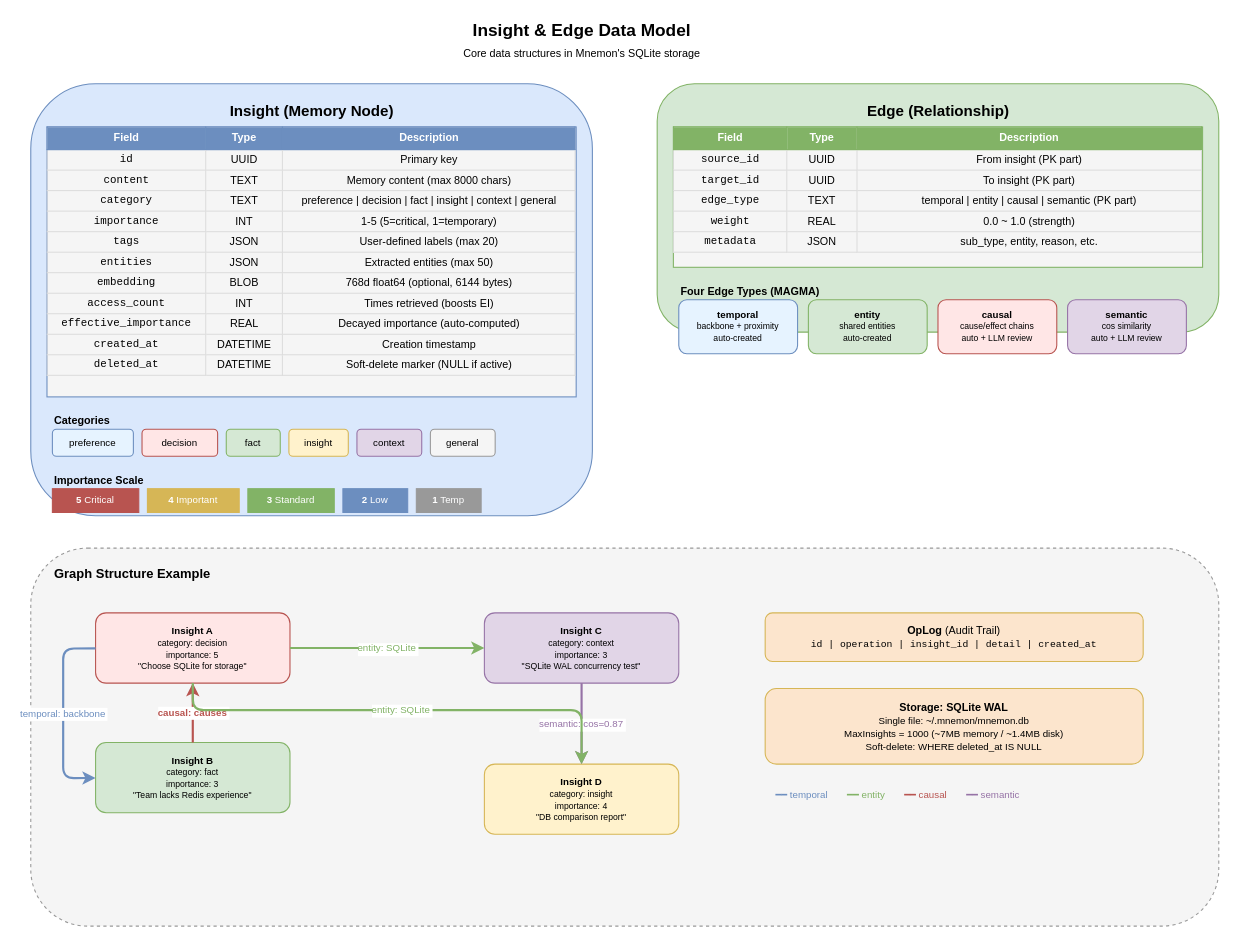
The draw.io diagram docs/diagrams/09-insight-edge-datamodel.drawio in bissli/mnemon, before the edit. Source tidied: cells renumbered, new cells numbered last; positions are measured from the earlier drawing's top-left corner, leaving out a move shared by most shapes. Both pictures are drawn from the tidied source at 108%, with x=0, y=0 at pixel (30, 18).
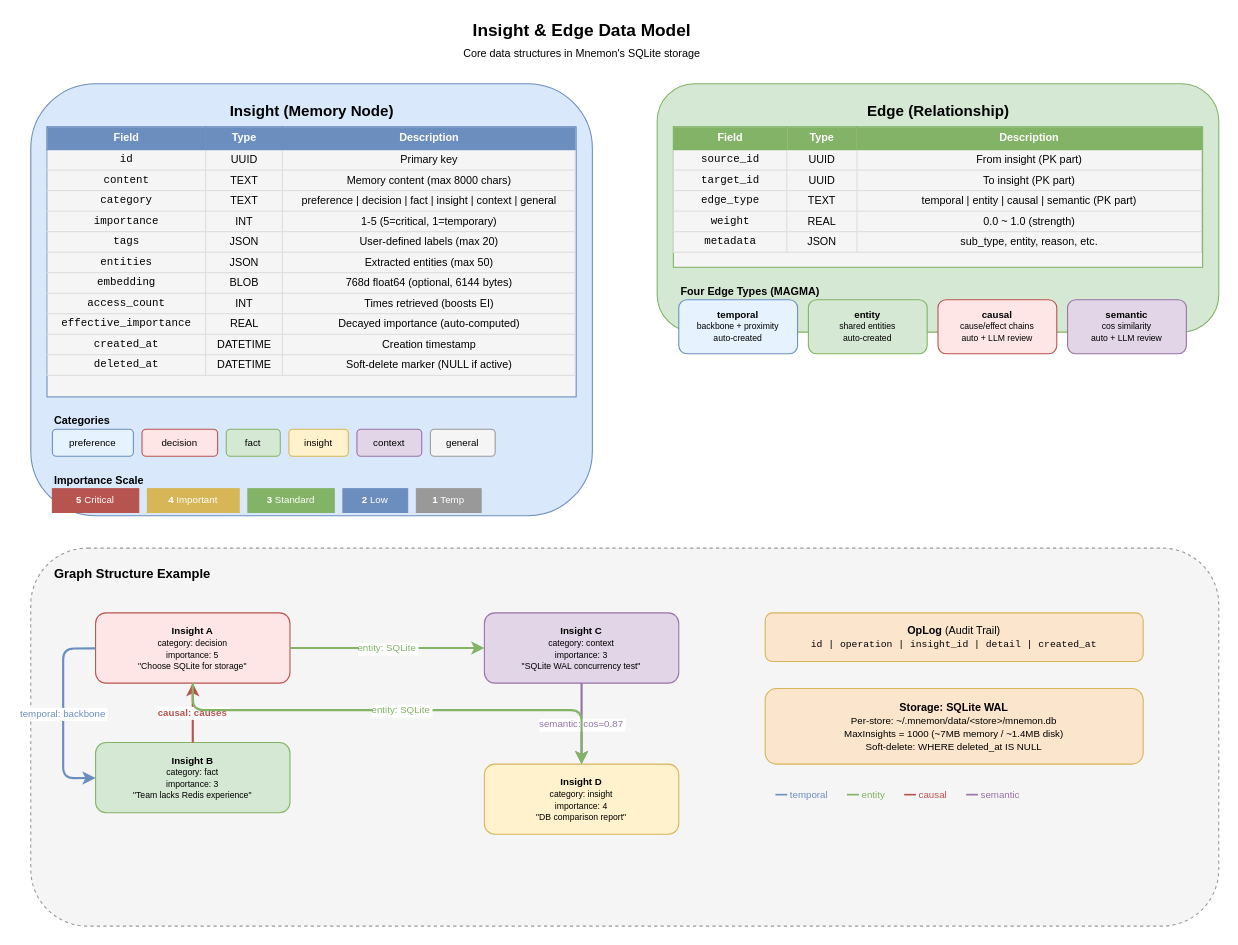
Above is the later version.

Diff of the diagram source:
```diff
@@
-    <mxCell id="39" value="&lt;b&gt;Storage: SQLite WAL&lt;/b&gt;&lt;br&gt;&lt;font style=&quot;font-size:9px&quot;&gt;Single file: ~/.mnemon/mnemon.db&lt;br&gt;MaxInsights = 1000 (~7MB memory / ~1.4MB disk)&lt;br&gt;Soft-delete: WHERE deleted_at IS NULL&lt;/font&gt;" style="rounded=1;whiteSpace=wrap;html=1;fillColor=#fce5cd;strokeColor=#d6b656;fontSize=10;" parent="1" vertex="1">
+    <mxCell id="39" value="&lt;b&gt;Storage: SQLite WAL&lt;/b&gt;&lt;br&gt;&lt;font style=&quot;font-size:9px&quot;&gt;Per-store: ~/.mnemon/data/&amp;lt;store&amp;gt;/mnemon.db&lt;br&gt;MaxInsights = 1000 (~7MB memory / ~1.4MB disk)&lt;br&gt;Soft-delete: WHERE deleted_at IS NULL&lt;/font&gt;" style="rounded=1;whiteSpace=wrap;html=1;fillColor=#fce5cd;strokeColor=#d6b656;fontSize=10;" parent="1" vertex="1">
       <mxGeometry x="680" y="620" width="350" height="70" as="geometry" />
     </mxCell>
```
